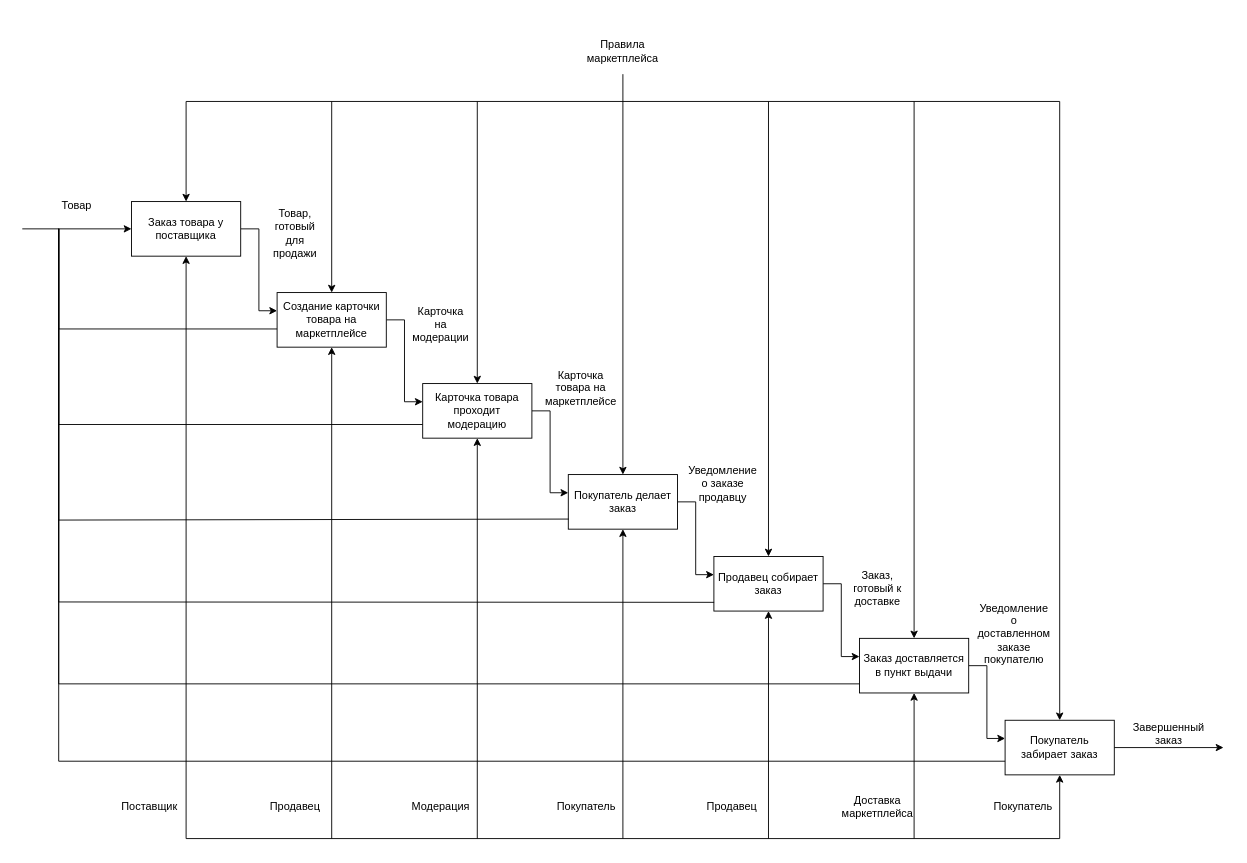
Earlier version of the draw.io diagram idef_marketplace.drawio (miQotoo/idef-diagrams). Source tidied: cells renumbered, new cells numbered last; positions are measured from the earlier drawing's top-left corner, leaving out a move shared by most shapes. Both pictures are drawn from the tidied source at 91%, with x=0, y=0 at pixel (22, 37).
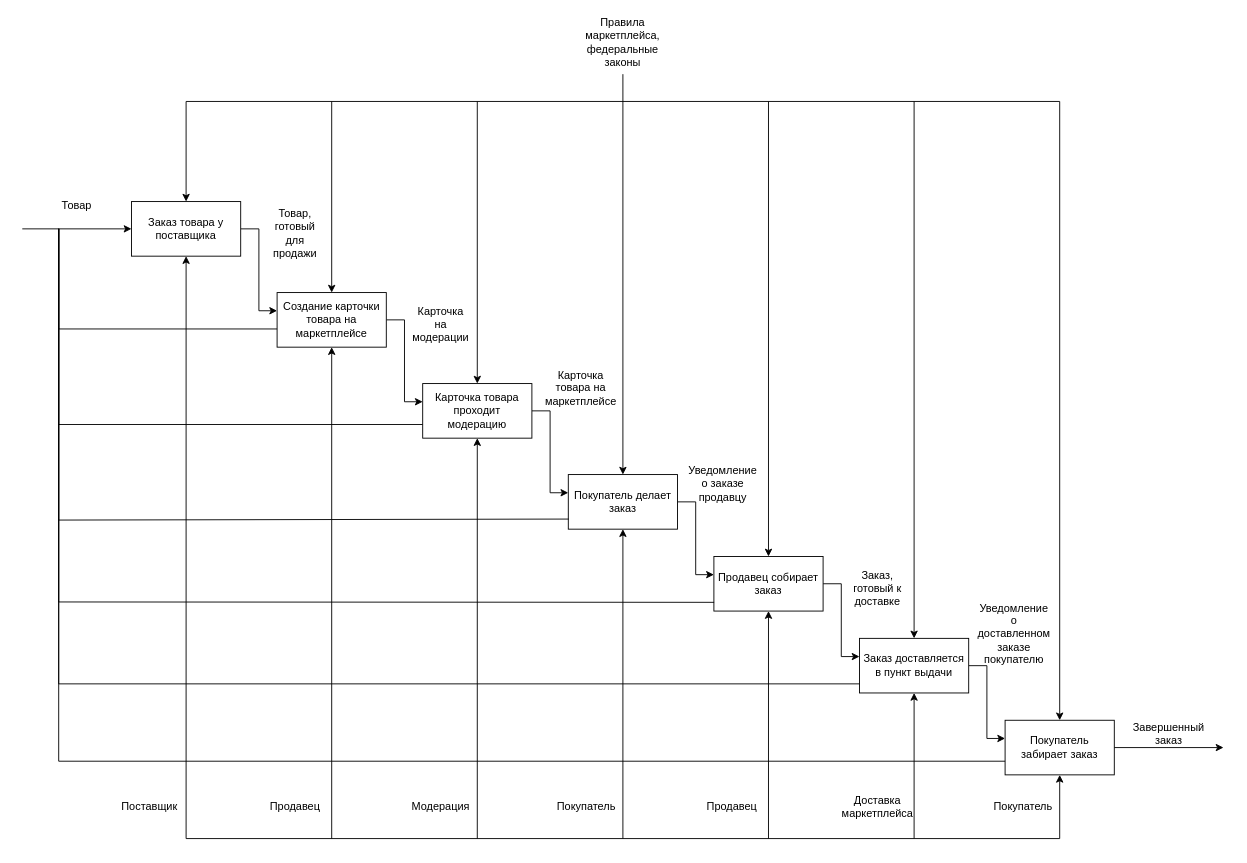
Above is the later version.

What changed in the source:
```diff
@@
-    <mxCell id="50" value="Правила маркетплейса" style="text;html=1;strokeColor=none;fillColor=none;align=center;verticalAlign=middle;whiteSpace=wrap;rounded=0;" parent="1" vertex="1">
-      <mxGeometry x="630" width="60" height="30" as="geometry" />
+    <mxCell id="50" value="Правила маркетплейса, федеральные законы" style="text;html=1;strokeColor=none;fillColor=none;align=center;verticalAlign=middle;whiteSpace=wrap;rounded=0;" parent="1" vertex="1">
+      <mxGeometry x="630" y="-10" width="60" height="30" as="geometry" />
     </mxCell>
```
